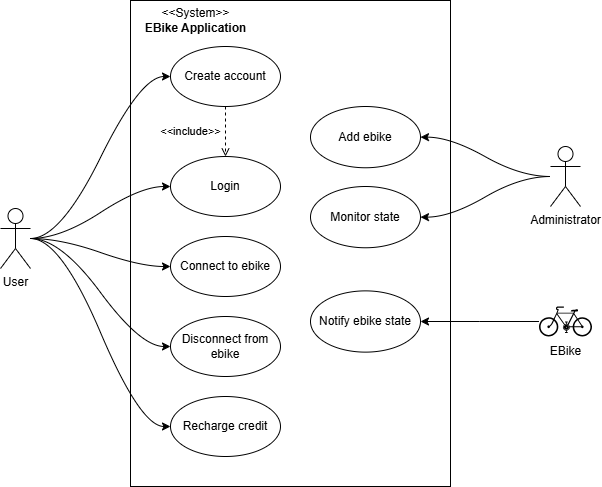
Before: doc/img/SAP-ASS02-actors.drawio.png, a diagram exported from draw.io (RavaMichi/SAP-Ass02). Source tidied: cells renumbered, new cells last; positions are measured from the earlier drawing's top-left corner, leaving out a move shared by most shapes. Source of this version:
```xml
<mxGraphModel>
  <root>
    <mxCell id="0" />
    <mxCell id="1" parent="0" />
    <mxCell id="2" style="group;" parent="1" vertex="1">
      <mxGeometry x="130" width="320" height="486" as="geometry" />
    </mxCell>
    <mxCell id="3" style="rounded=0;whiteSpace=wrap;html=1;" parent="2" vertex="1">
      <mxGeometry width="320" height="486" as="geometry" />
    </mxCell>
    <mxCell id="4" value="&amp;lt;&amp;lt;System&amp;gt;&amp;gt;&lt;div&gt;&lt;b&gt;EBike Application&lt;/b&gt;&lt;/div&gt;" style="text;html=1;align=center;verticalAlign=middle;strokeColor=none;fillColor=none;" parent="2" vertex="1">
      <mxGeometry width="130" height="40" as="geometry" />
    </mxCell>
    <mxCell id="5" value="Add ebike" style="ellipse;whiteSpace=wrap;html=1;" parent="2" vertex="1">
      <mxGeometry x="180" y="106" width="110" height="61.3" as="geometry" />
    </mxCell>
    <mxCell id="6" value="Monitor state" style="ellipse;whiteSpace=wrap;html=1;" parent="2" vertex="1">
      <mxGeometry x="180" y="186" width="110" height="61.3" as="geometry" />
    </mxCell>
    <mxCell id="7" value="Notify ebike state" style="ellipse;whiteSpace=wrap;html=1;" parent="2" vertex="1">
      <mxGeometry x="180" y="290.4" width="110" height="61.3" as="geometry" />
    </mxCell>
    <mxCell id="8" value="&lt;font face=&quot;Helvetica&quot;&gt;&amp;lt;&amp;lt;include&amp;gt;&amp;gt;&lt;/font&gt;" style="text;html=1;align=center;verticalAlign=middle;strokeColor=none;fillColor=none;fontFamily=Helvetica;fontSize=11;fontColor=default;labelBackgroundColor=default;" parent="2" vertex="1">
      <mxGeometry x="20" y="116" width="80" height="30" as="geometry" />
    </mxCell>
    <mxCell id="9" style="edgeStyle=entityRelationEdgeStyle;rounded=0;jettySize=auto;html=1;curved=1;" parent="1" edge="1" source="14" target="24">
      <mxGeometry relative="1" as="geometry" />
    </mxCell>
    <mxCell id="10" style="edgeStyle=entityRelationEdgeStyle;shape=connector;curved=1;rounded=0;jettySize=auto;html=1;strokeColor=default;align=center;verticalAlign=middle;fontFamily=Helvetica;fontSize=11;fontColor=default;labelBackgroundColor=default;endArrow=classic;" parent="1" edge="1" source="14" target="22">
      <mxGeometry relative="1" as="geometry" />
    </mxCell>
    <mxCell id="11" style="edgeStyle=entityRelationEdgeStyle;shape=connector;curved=1;rounded=0;jettySize=auto;html=1;strokeColor=default;align=center;verticalAlign=middle;fontFamily=Helvetica;fontSize=11;fontColor=default;labelBackgroundColor=default;endArrow=classic;" parent="1" edge="1" source="14" target="21">
      <mxGeometry relative="1" as="geometry" />
    </mxCell>
    <mxCell id="12" style="edgeStyle=entityRelationEdgeStyle;shape=connector;curved=1;rounded=0;jettySize=auto;html=1;strokeColor=default;align=center;verticalAlign=middle;fontFamily=Helvetica;fontSize=11;fontColor=default;labelBackgroundColor=default;endArrow=classic;" parent="1" edge="1" source="14" target="25">
      <mxGeometry relative="1" as="geometry" />
    </mxCell>
    <mxCell id="13" style="edgeStyle=entityRelationEdgeStyle;shape=connector;curved=1;rounded=0;jettySize=auto;html=1;strokeColor=default;align=center;verticalAlign=middle;fontFamily=Helvetica;fontSize=11;fontColor=default;labelBackgroundColor=default;endArrow=classic;" parent="1" edge="1" source="14" target="26">
      <mxGeometry relative="1" as="geometry" />
    </mxCell>
    <mxCell id="14" value="User" style="shape=umlActor;verticalLabelPosition=bottom;verticalAlign=top;html=1;outlineConnect=0;" parent="1" vertex="1">
      <mxGeometry y="208" width="30" height="60" as="geometry" />
    </mxCell>
    <mxCell id="15" style="edgeStyle=entityRelationEdgeStyle;shape=connector;curved=1;rounded=0;jettySize=auto;html=1;strokeColor=default;align=center;verticalAlign=middle;fontFamily=Helvetica;fontSize=11;fontColor=default;labelBackgroundColor=default;endArrow=classic;" parent="1" edge="1" source="17" target="5">
      <mxGeometry relative="1" as="geometry" />
    </mxCell>
    <mxCell id="16" style="edgeStyle=entityRelationEdgeStyle;shape=connector;curved=1;rounded=0;jettySize=auto;html=1;strokeColor=default;align=center;verticalAlign=middle;fontFamily=Helvetica;fontSize=11;fontColor=default;labelBackgroundColor=default;endArrow=classic;" parent="1" edge="1" source="17" target="6">
      <mxGeometry relative="1" as="geometry" />
    </mxCell>
    <mxCell id="17" value="Administrator" style="shape=umlActor;verticalLabelPosition=bottom;verticalAlign=top;html=1;outlineConnect=0;" parent="1" vertex="1">
      <mxGeometry x="550" y="146" width="30" height="60" as="geometry" />
    </mxCell>
    <mxCell id="18" style="group;" parent="1" vertex="1">
      <mxGeometry x="538.5" y="306" width="53" height="60" as="geometry" />
    </mxCell>
    <mxCell id="19" style="shape=mxgraph.signs.transportation.bicycle_2;html=1;fillColor=#000000;strokeColor=none;verticalLabelPosition=bottom;verticalAlign=top;align=center;sketch=0;strokeWidth=1;perimeterSpacing=0;" parent="18" vertex="1">
      <mxGeometry width="53" height="30" as="geometry" />
    </mxCell>
    <mxCell id="20" value="EBike" style="text;html=1;align=center;verticalAlign=middle;strokeColor=none;fillColor=none;" parent="18" vertex="1">
      <mxGeometry x="1.5" y="30" width="50" height="30" as="geometry" />
    </mxCell>
    <mxCell id="21" value="Connect to ebike" style="ellipse;whiteSpace=wrap;html=1;" parent="1" vertex="1">
      <mxGeometry x="170" y="236" width="110" height="60" as="geometry" />
    </mxCell>
    <mxCell id="22" value="Login" style="ellipse;whiteSpace=wrap;html=1;" parent="1" vertex="1">
      <mxGeometry x="170" y="156" width="110" height="60" as="geometry" />
    </mxCell>
    <mxCell id="23" style="shape=connector;rounded=0;jettySize=auto;html=1;strokeColor=default;align=center;verticalAlign=middle;fontFamily=Helvetica;fontSize=11;fontColor=default;labelBackgroundColor=default;endArrow=open;dashed=1;endFill=0;" parent="1" edge="1" source="24" target="22">
      <mxGeometry relative="1" as="geometry" />
    </mxCell>
    <mxCell id="24" value="Create&amp;nbsp;&lt;span style=&quot;background-color: initial;&quot;&gt;account&lt;/span&gt;" style="ellipse;whiteSpace=wrap;html=1;" parent="1" vertex="1">
      <mxGeometry x="170" y="46" width="110" height="60" as="geometry" />
    </mxCell>
    <mxCell id="25" value="Disconnect from ebike" style="ellipse;whiteSpace=wrap;html=1;" parent="1" vertex="1">
      <mxGeometry x="170" y="316" width="110" height="60" as="geometry" />
    </mxCell>
    <mxCell id="26" value="Recharge credit" style="ellipse;whiteSpace=wrap;html=1;" parent="1" vertex="1">
      <mxGeometry x="170" y="396" width="110" height="60" as="geometry" />
    </mxCell>
    <mxCell id="27" style="edgeStyle=entityRelationEdgeStyle;shape=connector;curved=1;rounded=0;jettySize=auto;html=1;strokeColor=default;align=center;verticalAlign=middle;fontFamily=Helvetica;fontSize=11;fontColor=default;labelBackgroundColor=default;endArrow=classic;" parent="1" edge="1" source="19" target="7">
      <mxGeometry relative="1" as="geometry" />
    </mxCell>
  </root>
</mxGraphModel>
```
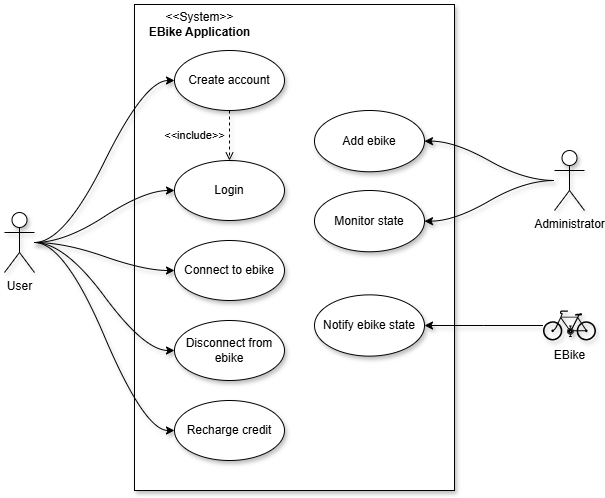
Above is the later version.

Diff of the diagram source:
```diff
@@ -2,82 +2,82 @@
   <root>
     <mxCell id="0" />
     <mxCell id="1" parent="0" />
-    <mxCell id="2" style="group;" parent="1" vertex="1">
+    <mxCell id="2" style="group;shadow=1;" parent="1" vertex="1">
       <mxGeometry x="130" width="320" height="486" as="geometry" />
     </mxCell>
-    <mxCell id="3" style="rounded=0;whiteSpace=wrap;html=1;" parent="2" vertex="1">
+    <mxCell id="3" style="rounded=0;whiteSpace=wrap;html=1;shadow=1;" parent="2" vertex="1">
       <mxGeometry width="320" height="486" as="geometry" />
     </mxCell>
-    <mxCell id="4" value="&amp;lt;&amp;lt;System&amp;gt;&amp;gt;&lt;div&gt;&lt;b&gt;EBike Application&lt;/b&gt;&lt;/div&gt;" style="text;html=1;align=center;verticalAlign=middle;strokeColor=none;fillColor=none;" parent="2" vertex="1">
+    <mxCell id="4" value="&amp;lt;&amp;lt;System&amp;gt;&amp;gt;&lt;div&gt;&lt;b&gt;EBike Application&lt;/b&gt;&lt;/div&gt;" style="text;html=1;align=center;verticalAlign=middle;strokeColor=none;fillColor=none;shadow=1;" parent="2" vertex="1">
       <mxGeometry width="130" height="40" as="geometry" />
     </mxCell>
-    <mxCell id="5" value="Add ebike" style="ellipse;whiteSpace=wrap;html=1;" parent="2" vertex="1">
+    <mxCell id="5" value="Add ebike" style="ellipse;whiteSpace=wrap;html=1;shadow=1;" parent="2" vertex="1">
       <mxGeometry x="180" y="106" width="110" height="61.3" as="geometry" />
     </mxCell>
-    <mxCell id="6" value="Monitor state" style="ellipse;whiteSpace=wrap;html=1;" parent="2" vertex="1">
+    <mxCell id="6" value="Monitor state" style="ellipse;whiteSpace=wrap;html=1;shadow=1;" parent="2" vertex="1">
       <mxGeometry x="180" y="186" width="110" height="61.3" as="geometry" />
     </mxCell>
-    <mxCell id="7" value="Notify ebike state" style="ellipse;whiteSpace=wrap;html=1;" parent="2" vertex="1">
+    <mxCell id="7" value="Notify ebike state" style="ellipse;whiteSpace=wrap;html=1;shadow=1;" parent="2" vertex="1">
       <mxGeometry x="180" y="290.4" width="110" height="61.3" as="geometry" />
     </mxCell>
-    <mxCell id="8" value="&lt;font face=&quot;Helvetica&quot;&gt;&amp;lt;&amp;lt;include&amp;gt;&amp;gt;&lt;/font&gt;" style="text;html=1;align=center;verticalAlign=middle;strokeColor=none;fillColor=none;fontFamily=Helvetica;fontSize=11;fontColor=default;labelBackgroundColor=default;" parent="2" vertex="1">
+    <mxCell id="8" value="&lt;font face=&quot;Helvetica&quot;&gt;&amp;lt;&amp;lt;include&amp;gt;&amp;gt;&lt;/font&gt;" style="text;html=1;align=center;verticalAlign=middle;strokeColor=none;fillColor=none;fontFamily=Helvetica;fontSize=11;fontColor=default;labelBackgroundColor=default;shadow=1;" parent="2" vertex="1">
       <mxGeometry x="20" y="116" width="80" height="30" as="geometry" />
     </mxCell>
-    <mxCell id="9" style="edgeStyle=entityRelationEdgeStyle;rounded=0;jettySize=auto;html=1;curved=1;" parent="1" edge="1" source="14" target="24">
+    <mxCell id="9" style="edgeStyle=entityRelationEdgeStyle;rounded=0;jettySize=auto;html=1;curved=1;shadow=1;" parent="1" edge="1" source="14" target="24">
       <mxGeometry relative="1" as="geometry" />
     </mxCell>
-    <mxCell id="10" style="edgeStyle=entityRelationEdgeStyle;shape=connector;curved=1;rounded=0;jettySize=auto;html=1;strokeColor=default;align=center;verticalAlign=middle;fontFamily=Helvetica;fontSize=11;fontColor=default;labelBackgroundColor=default;endArrow=classic;" parent="1" edge="1" source="14" target="22">
+    <mxCell id="10" style="edgeStyle=entityRelationEdgeStyle;shape=connector;curved=1;rounded=0;jettySize=auto;html=1;strokeColor=default;align=center;verticalAlign=middle;fontFamily=Helvetica;fontSize=11;fontColor=default;labelBackgroundColor=default;endArrow=classic;shadow=1;" parent="1" edge="1" source="14" target="22">
       <mxGeometry relative="1" as="geometry" />
     </mxCell>
-    <mxCell id="11" style="edgeStyle=entityRelationEdgeStyle;shape=connector;curved=1;rounded=0;jettySize=auto;html=1;strokeColor=default;align=center;verticalAlign=middle;fontFamily=Helvetica;fontSize=11;fontColor=default;labelBackgroundColor=default;endArrow=classic;" parent="1" edge="1" source="14" target="21">
+    <mxCell id="11" style="edgeStyle=entityRelationEdgeStyle;shape=connector;curved=1;rounded=0;jettySize=auto;html=1;strokeColor=default;align=center;verticalAlign=middle;fontFamily=Helvetica;fontSize=11;fontColor=default;labelBackgroundColor=default;endArrow=classic;shadow=1;" parent="1" edge="1" source="14" target="21">
       <mxGeometry relative="1" as="geometry" />
     </mxCell>
-    <mxCell id="12" style="edgeStyle=entityRelationEdgeStyle;shape=connector;curved=1;rounded=0;jettySize=auto;html=1;strokeColor=default;align=center;verticalAlign=middle;fontFamily=Helvetica;fontSize=11;fontColor=default;labelBackgroundColor=default;endArrow=classic;" parent="1" edge="1" source="14" target="25">
+    <mxCell id="12" style="edgeStyle=entityRelationEdgeStyle;shape=connector;curved=1;rounded=0;jettySize=auto;html=1;strokeColor=default;align=center;verticalAlign=middle;fontFamily=Helvetica;fontSize=11;fontColor=default;labelBackgroundColor=default;endArrow=classic;shadow=1;" parent="1" edge="1" source="14" target="25">
       <mxGeometry relative="1" as="geometry" />
     </mxCell>
-    <mxCell id="13" style="edgeStyle=entityRelationEdgeStyle;shape=connector;curved=1;rounded=0;jettySize=auto;html=1;strokeColor=default;align=center;verticalAlign=middle;fontFamily=Helvetica;fontSize=11;fontColor=default;labelBackgroundColor=default;endArrow=classic;" parent="1" edge="1" source="14" target="26">
+    <mxCell id="13" style="edgeStyle=entityRelationEdgeStyle;shape=connector;curved=1;rounded=0;jettySize=auto;html=1;strokeColor=default;align=center;verticalAlign=middle;fontFamily=Helvetica;fontSize=11;fontColor=default;labelBackgroundColor=default;endArrow=classic;shadow=1;" parent="1" edge="1" source="14" target="26">
       <mxGeometry relative="1" as="geometry" />
     </mxCell>
-    <mxCell id="14" value="User" style="shape=umlActor;verticalLabelPosition=bottom;verticalAlign=top;html=1;outlineConnect=0;" parent="1" vertex="1">
+    <mxCell id="14" value="User" style="shape=umlActor;verticalLabelPosition=bottom;verticalAlign=top;html=1;outlineConnect=0;shadow=1;" parent="1" vertex="1">
       <mxGeometry y="208" width="30" height="60" as="geometry" />
     </mxCell>
-    <mxCell id="15" style="edgeStyle=entityRelationEdgeStyle;shape=connector;curved=1;rounded=0;jettySize=auto;html=1;strokeColor=default;align=center;verticalAlign=middle;fontFamily=Helvetica;fontSize=11;fontColor=default;labelBackgroundColor=default;endArrow=classic;" parent="1" edge="1" source="17" target="5">
+    <mxCell id="15" style="edgeStyle=entityRelationEdgeStyle;shape=connector;curved=1;rounded=0;jettySize=auto;html=1;strokeColor=default;align=center;verticalAlign=middle;fontFamily=Helvetica;fontSize=11;fontColor=default;labelBackgroundColor=default;endArrow=classic;shadow=1;" parent="1" edge="1" source="17" target="5">
       <mxGeometry relative="1" as="geometry" />
     </mxCell>
-    <mxCell id="16" style="edgeStyle=entityRelationEdgeStyle;shape=connector;curved=1;rounded=0;jettySize=auto;html=1;strokeColor=default;align=center;verticalAlign=middle;fontFamily=Helvetica;fontSize=11;fontColor=default;labelBackgroundColor=default;endArrow=classic;" parent="1" edge="1" source="17" target="6">
+    <mxCell id="16" style="edgeStyle=entityRelationEdgeStyle;shape=connector;curved=1;rounded=0;jettySize=auto;html=1;strokeColor=default;align=center;verticalAlign=middle;fontFamily=Helvetica;fontSize=11;fontColor=default;labelBackgroundColor=default;endArrow=classic;shadow=1;" parent="1" edge="1" source="17" target="6">
       <mxGeometry relative="1" as="geometry" />
     </mxCell>
-    <mxCell id="17" value="Administrator" style="shape=umlActor;verticalLabelPosition=bottom;verticalAlign=top;html=1;outlineConnect=0;" parent="1" vertex="1">
+    <mxCell id="17" value="Administrator" style="shape=umlActor;verticalLabelPosition=bottom;verticalAlign=top;html=1;outlineConnect=0;shadow=1;" parent="1" vertex="1">
       <mxGeometry x="550" y="146" width="30" height="60" as="geometry" />
     </mxCell>
-    <mxCell id="18" style="group;" parent="1" vertex="1">
+    <mxCell id="18" style="group;shadow=1;" parent="1" vertex="1">
       <mxGeometry x="538.5" y="306" width="53" height="60" as="geometry" />
     </mxCell>
-    <mxCell id="19" style="shape=mxgraph.signs.transportation.bicycle_2;html=1;fillColor=#000000;strokeColor=none;verticalLabelPosition=bottom;verticalAlign=top;align=center;sketch=0;strokeWidth=1;perimeterSpacing=0;" parent="18" vertex="1">
+    <mxCell id="19" style="shape=mxgraph.signs.transportation.bicycle_2;html=1;fillColor=#000000;strokeColor=none;verticalLabelPosition=bottom;verticalAlign=top;align=center;sketch=0;strokeWidth=1;perimeterSpacing=0;shadow=1;" parent="18" vertex="1">
       <mxGeometry width="53" height="30" as="geometry" />
     </mxCell>
-    <mxCell id="20" value="EBike" style="text;html=1;align=center;verticalAlign=middle;strokeColor=none;fillColor=none;" parent="18" vertex="1">
+    <mxCell id="20" value="EBike" style="text;html=1;align=center;verticalAlign=middle;strokeColor=none;fillColor=none;shadow=1;" parent="18" vertex="1">
       <mxGeometry x="1.5" y="30" width="50" height="30" as="geometry" />
     </mxCell>
-    <mxCell id="21" value="Connect to ebike" style="ellipse;whiteSpace=wrap;html=1;" parent="1" vertex="1">
+    <mxCell id="21" value="Connect to ebike" style="ellipse;whiteSpace=wrap;html=1;shadow=1;" parent="1" vertex="1">
       <mxGeometry x="170" y="236" width="110" height="60" as="geometry" />
     </mxCell>
-    <mxCell id="22" value="Login" style="ellipse;whiteSpace=wrap;html=1;" parent="1" vertex="1">
+    <mxCell id="22" value="Login" style="ellipse;whiteSpace=wrap;html=1;shadow=1;" parent="1" vertex="1">
       <mxGeometry x="170" y="156" width="110" height="60" as="geometry" />
     </mxCell>
-    <mxCell id="23" style="shape=connector;rounded=0;jettySize=auto;html=1;strokeColor=default;align=center;verticalAlign=middle;fontFamily=Helvetica;fontSize=11;fontColor=default;labelBackgroundColor=default;endArrow=open;dashed=1;endFill=0;" parent="1" edge="1" source="24" target="22">
+    <mxCell id="23" style="shape=connector;rounded=0;jettySize=auto;html=1;strokeColor=default;align=center;verticalAlign=middle;fontFamily=Helvetica;fontSize=11;fontColor=default;labelBackgroundColor=default;endArrow=open;dashed=1;endFill=0;shadow=1;" parent="1" edge="1" source="24" target="22">
       <mxGeometry relative="1" as="geometry" />
     </mxCell>
-    <mxCell id="24" value="Create&amp;nbsp;&lt;span style=&quot;background-color: initial;&quot;&gt;account&lt;/span&gt;" style="ellipse;whiteSpace=wrap;html=1;" parent="1" vertex="1">
+    <mxCell id="24" value="Create&amp;nbsp;&lt;span style=&quot;background-color: initial;&quot;&gt;account&lt;/span&gt;" style="ellipse;whiteSpace=wrap;html=1;shadow=1;" parent="1" vertex="1">
       <mxGeometry x="170" y="46" width="110" height="60" as="geometry" />
     </mxCell>
-    <mxCell id="25" value="Disconnect from ebike" style="ellipse;whiteSpace=wrap;html=1;" parent="1" vertex="1">
+    <mxCell id="25" value="Disconnect from ebike" style="ellipse;whiteSpace=wrap;html=1;shadow=1;" parent="1" vertex="1">
       <mxGeometry x="170" y="316" width="110" height="60" as="geometry" />
     </mxCell>
-    <mxCell id="26" value="Recharge credit" style="ellipse;whiteSpace=wrap;html=1;" parent="1" vertex="1">
+    <mxCell id="26" value="Recharge credit" style="ellipse;whiteSpace=wrap;html=1;shadow=1;" parent="1" vertex="1">
       <mxGeometry x="170" y="396" width="110" height="60" as="geometry" />
     </mxCell>
-    <mxCell id="27" style="edgeStyle=entityRelationEdgeStyle;shape=connector;curved=1;rounded=0;jettySize=auto;html=1;strokeColor=default;align=center;verticalAlign=middle;fontFamily=Helvetica;fontSize=11;fontColor=default;labelBackgroundColor=default;endArrow=classic;" parent="1" edge="1" source="19" target="7">
+    <mxCell id="27" style="edgeStyle=entityRelationEdgeStyle;shape=connector;curved=1;rounded=0;jettySize=auto;html=1;strokeColor=default;align=center;verticalAlign=middle;fontFamily=Helvetica;fontSize=11;fontColor=default;labelBackgroundColor=default;endArrow=classic;shadow=1;" parent="1" edge="1" source="19" target="7">
       <mxGeometry relative="1" as="geometry" />
     </mxCell>
   </root>
```
